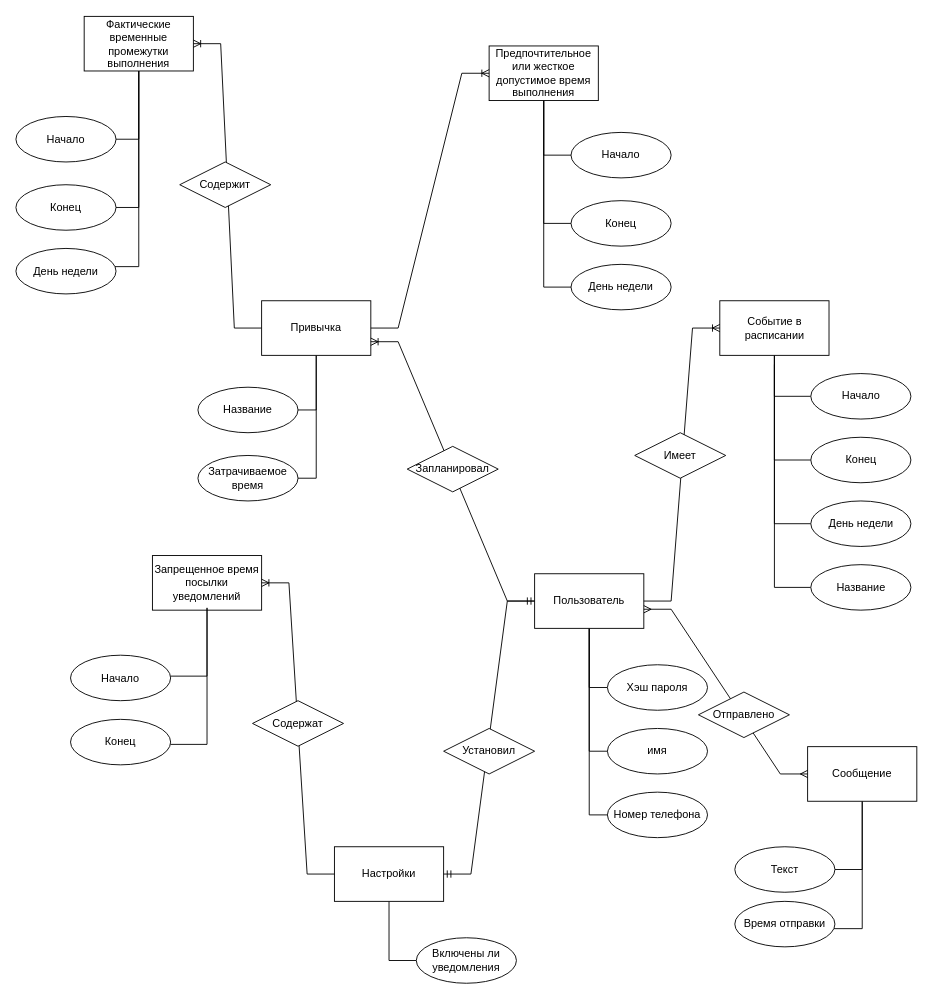
The draw.io diagram lab1/ER.drawio in iuschnic/PPO_BD_CW, before the edit. Source tidied: cells renumbered, new cells numbered last; positions are measured from the earlier drawing's top-left corner, leaving out a move shared by most shapes. Both pictures are drawn from the tidied source at 91%, with x=0, y=0 at pixel (15, 16).
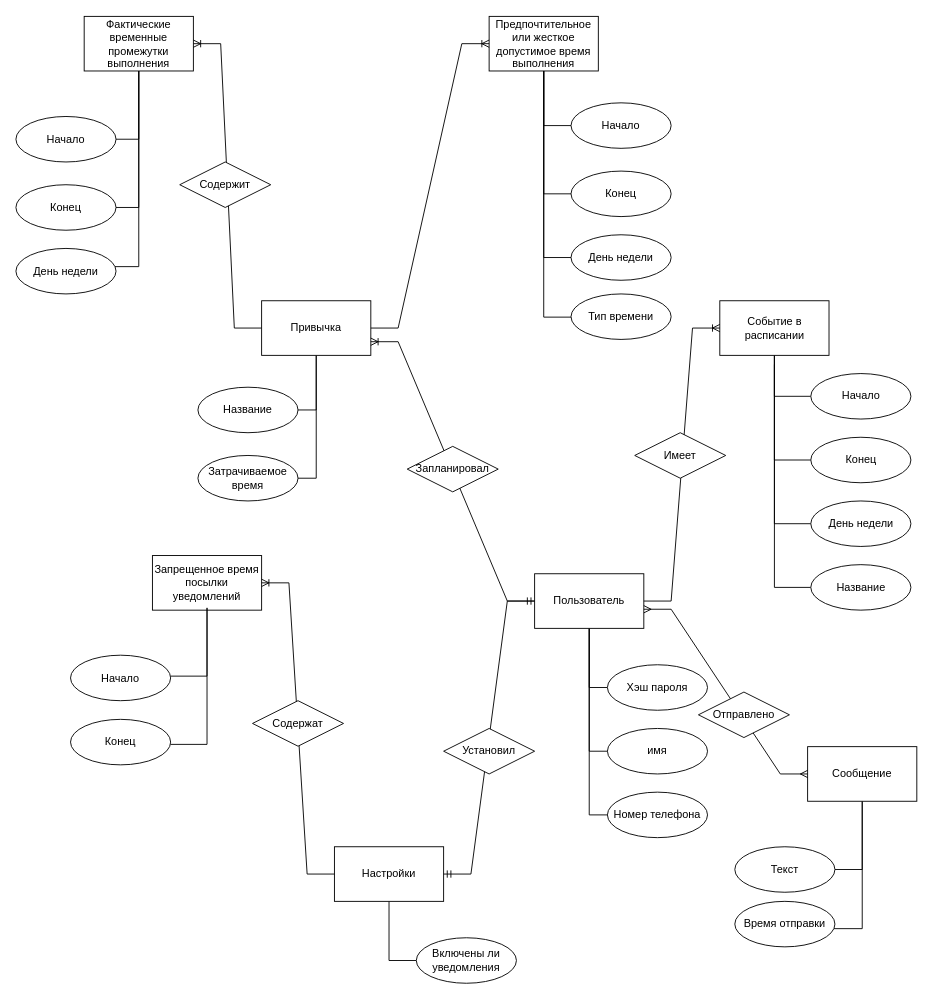
After the change.

The edit, as a diff of the source:
```diff
@@
     <mxCell id="50" style="edgeStyle=orthogonalEdgeStyle;rounded=0;jettySize=auto;html=1;endArrow=none;startFill=0;" parent="1" edge="1" source="52" target="54">
       <mxGeometry relative="1" as="geometry">
         <Array as="points">
-          <mxPoint x="580" y="227" />
+          <mxPoint x="580" y="194.5" />
         </Array>
       </mxGeometry>
     </mxCell>
     <mxCell id="51" style="edgeStyle=orthogonalEdgeStyle;rounded=0;jettySize=auto;html=1;endArrow=none;startFill=0;" parent="1" edge="1" source="52" target="62">
       <mxGeometry relative="1" as="geometry">
         <Array as="points">
-          <mxPoint x="580" y="297" />
+          <mxPoint x="580" y="264.5" />
         </Array>
       </mxGeometry>
     </mxCell>
     <mxCell id="52" value="Предпочтительное или жесткое допустимое время выполнения" style="rounded=0;whiteSpace=wrap;html=1;flipH=1;" parent="1" vertex="1">
-      <mxGeometry x="520" y="32" width="120" height="60" as="geometry" />
+      <mxGeometry x="520" y="-0.5" width="120" height="60" as="geometry" />
     </mxCell>
     <mxCell id="53" value="Начало" style="ellipse;whiteSpace=wrap;html=1;align=center;flipH=1;" parent="1" vertex="1">
-      <mxGeometry x="610" y="127" width="110" height="50" as="geometry" />
+      <mxGeometry x="610" y="94.5" width="110" height="50" as="geometry" />
     </mxCell>
     <mxCell id="54" value="Конец" style="ellipse;whiteSpace=wrap;html=1;align=center;flipH=1;" parent="1" vertex="1">
-      <mxGeometry x="610" y="202" width="110" height="50" as="geometry" />
+      <mxGeometry x="610" y="169.5" width="110" height="50" as="geometry" />
     </mxCell>
@@
     <mxCell id="62" value="День недели" style="ellipse;whiteSpace=wrap;html=1;align=center;" parent="1" vertex="1">
-      <mxGeometry x="610" y="272" width="110" height="50" as="geometry" />
+      <mxGeometry x="610" y="239.5" width="110" height="50" as="geometry" />
     </mxCell>
+    <mxCell id="63" value="Тип времени" style="ellipse;whiteSpace=wrap;html=1;align=center;" parent="1" vertex="1">
+      <mxGeometry x="610" y="304.5" width="110" height="50" as="geometry" />
+    </mxCell>
+    <mxCell id="64" style="edgeStyle=orthogonalEdgeStyle;rounded=0;jettySize=auto;html=1;endArrow=none;startFill=0;" parent="1" edge="1" source="52" target="63">
+      <mxGeometry relative="1" as="geometry">
+        <Array as="points">
+          <mxPoint x="580" y="330" />
+        </Array>
+      </mxGeometry>
+    </mxCell>
```
